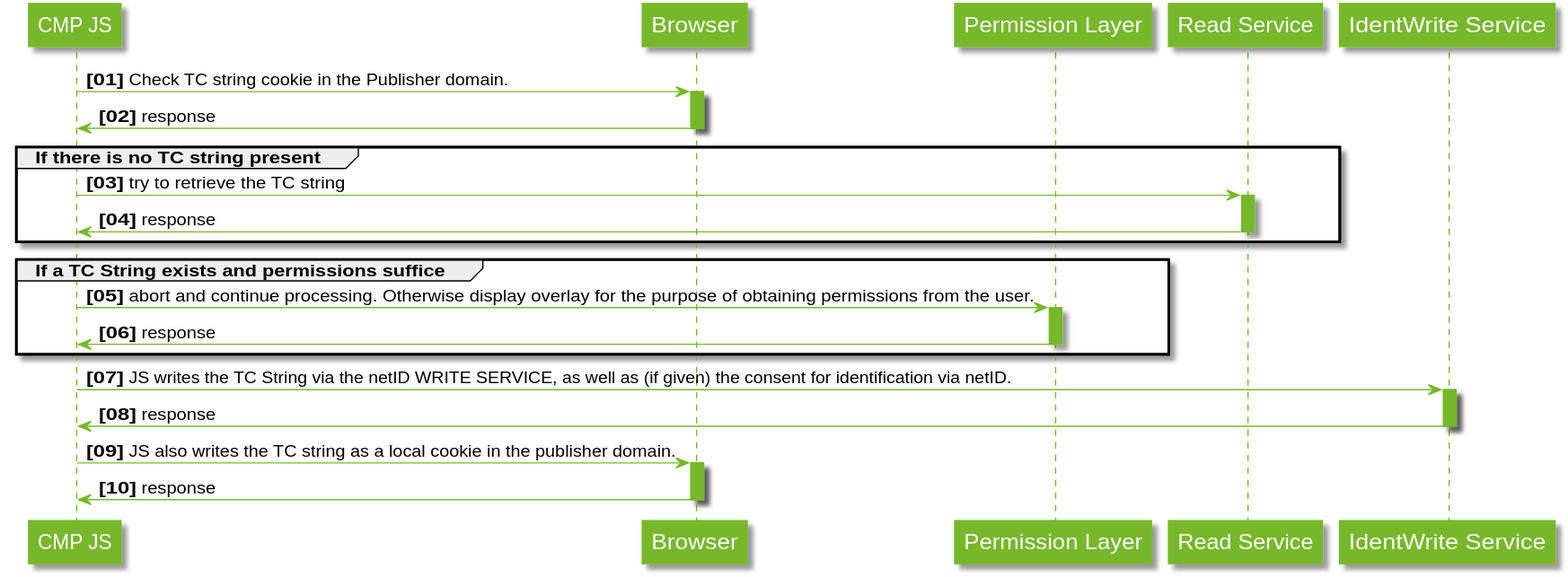
This is docs/diagrams/out/seq_cmp_webapi.svg from 1701/d, a PlantUML export, as it was before one commit.
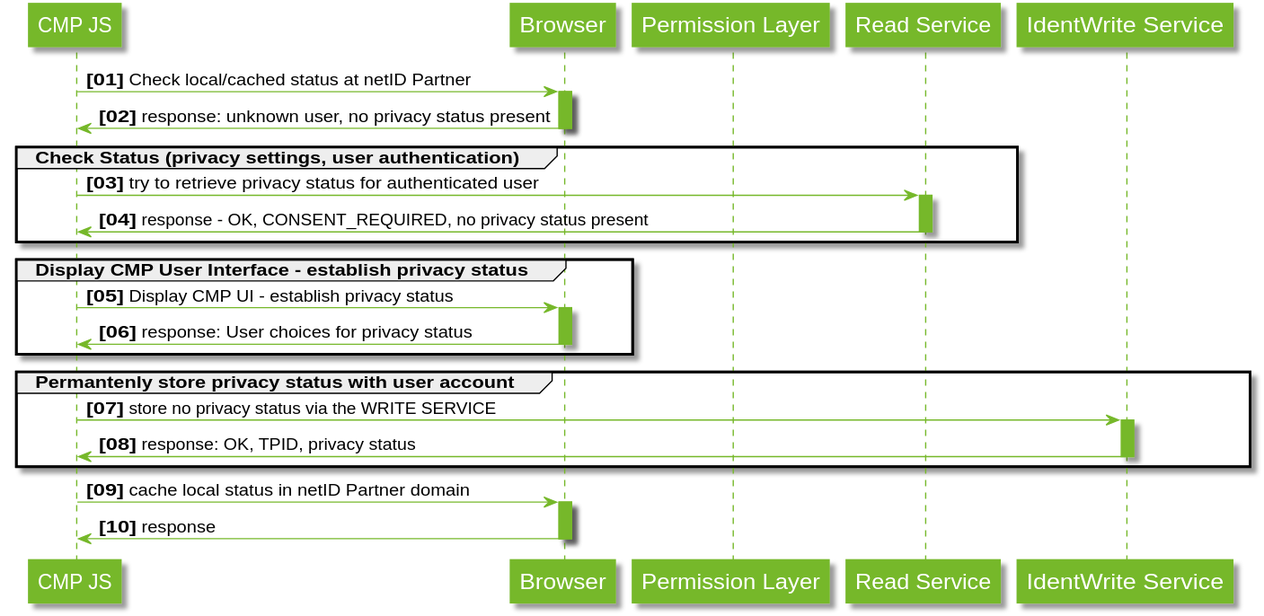
After the change.

What changed in the source:
```diff
@@ -25,27 +25,29 @@
 participant  "Read Service" as rs
 participant  "IdentWrite Service" as ws
 
-cmp -> br : Check TC string cookie in the Publisher domain.
+cmp -> br : Check local/cached status at netID Partner
 activate br
-br -> cmp : response
+br -> cmp : response: unknown user, no privacy status present
 deactivate br
-group If there is no TC string present
-    cmp -> rs : try to retrieve the TC string
+group Check Status (privacy settings, user authentication)
+    cmp -> rs : try to retrieve privacy status for authenticated user
     activate rs
-    rs -> cmp : response
+    rs -> cmp : response - OK, CONSENT_REQUIRED, no privacy status present
     deactivate rs
     end
-group If a TC String exists and permissions suffice
-    cmp -> pl : abort and continue processing. Otherwise display overlay for the purpose of obtaining permissions from the user.
-    activate pl
-    pl -> cmp : response
-    deactivate pl
+group Display CMP User Interface - establish privacy status
+    cmp -> br : Display CMP UI - establish privacy status
+    activate br
+    br -> cmp : response: User choices for privacy status
+    deactivate br
     end
-cmp -> ws : JS writes the TC String via the netID WRITE SERVICE, as well as (if given) the consent for identification via netID.
+Group Permantenly store privacy status with user account
+cmp -> ws : store no privacy status via the WRITE SERVICE
 activate ws
-ws -> cmp : response
+ws -> cmp : response: OK, TPID, privacy status
 deactivate ws
-cmp -> br : JS also writes the TC string as a local cookie in the publisher domain.
+end
+cmp -> br : cache local status in netID Partner domain
 activate br
 br -> cmp : response
 deactivate br
```
